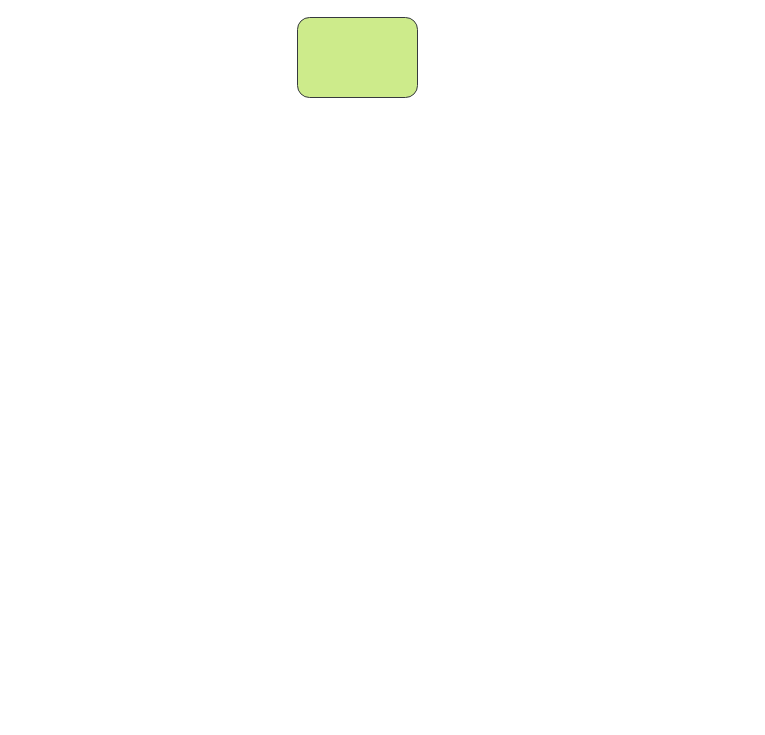
Above: l1 3.drawio in DMfananddu/ERP (draw.io), before the change. Source tidied: cells renumbered, new cells numbered last; positions are measured from the earlier drawing's top-left corner, leaving out a move shared by most shapes. Both pictures are drawn from the tidied source at 100%, with x=0, y=0 at pixel (297, 17).
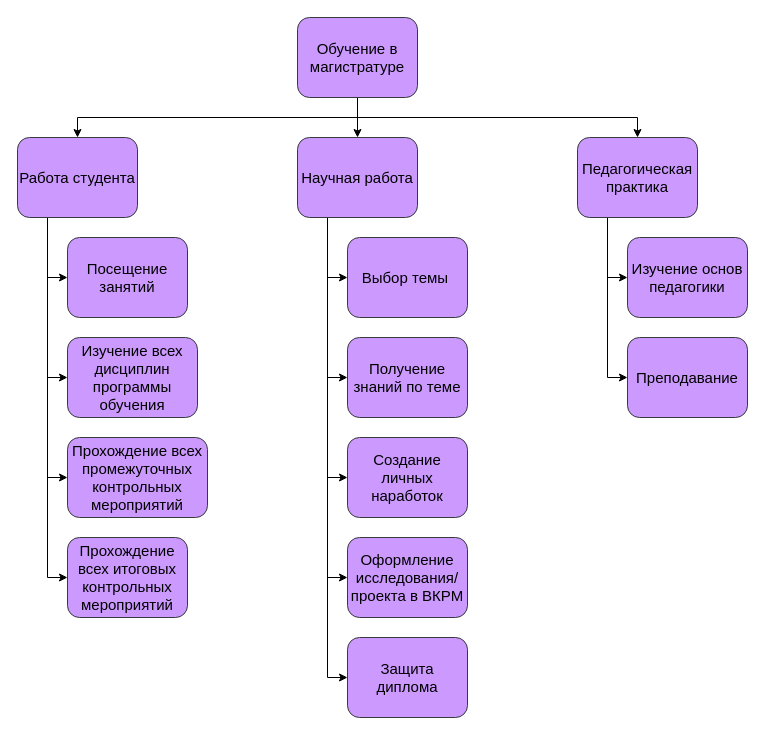
The same page after the edit.

Diff of the diagram source:
```diff
@@
+    <mxCell id="3" style="edgeStyle=orthogonalEdgeStyle;rounded=0;jettySize=auto;html=1;exitX=0.5;exitY=1;exitDx=0;exitDy=0;entryX=0.5;entryY=0;entryDx=0;entryDy=0;fontSize=15;" parent="1" edge="1" source="2" target="11">
+      <mxGeometry relative="1" as="geometry" />
+    </mxCell>
+    <mxCell id="4" style="edgeStyle=orthogonalEdgeStyle;rounded=0;jettySize=auto;html=1;exitX=0.5;exitY=1;exitDx=0;exitDy=0;entryX=0.5;entryY=0;entryDx=0;entryDy=0;fontSize=15;" parent="1" edge="1" source="2" target="19">
+      <mxGeometry relative="1" as="geometry" />
+    </mxCell>
+    <mxCell id="5" style="edgeStyle=orthogonalEdgeStyle;rounded=0;jettySize=auto;html=1;exitX=0.5;exitY=1;exitDx=0;exitDy=0;entryX=0.5;entryY=0;entryDx=0;entryDy=0;fontSize=15;" parent="1" edge="1" source="2" target="14">
+      <mxGeometry relative="1" as="geometry" />
+    </mxCell>
-    <mxCell id="2" style="rounded=1;whiteSpace=wrap;html=1;fillColor=#cdeb8b;strokeColor=#36393d;" parent="1" vertex="1">
+    <mxCell id="2" value="Обучение в магистратуре" style="rounded=1;whiteSpace=wrap;html=1;fillColor=#CC99FF;strokeColor=#36393d;fontSize=15;" parent="1" vertex="1">
       <mxGeometry width="120" height="80" as="geometry" />
     </mxCell>
+    <mxCell id="6" style="edgeStyle=orthogonalEdgeStyle;rounded=0;jettySize=auto;html=1;exitX=0.25;exitY=1;exitDx=0;exitDy=0;entryX=0;entryY=0.5;entryDx=0;entryDy=0;fontSize=15;" parent="1" edge="1" source="11" target="24">
+      <mxGeometry relative="1" as="geometry" />
+    </mxCell>
+    <mxCell id="7" style="edgeStyle=orthogonalEdgeStyle;rounded=0;jettySize=auto;html=1;exitX=0.25;exitY=1;exitDx=0;exitDy=0;entryX=0;entryY=0.5;entryDx=0;entryDy=0;fontSize=15;" parent="1" edge="1" source="11" target="25">
+      <mxGeometry relative="1" as="geometry" />
+    </mxCell>
+    <mxCell id="8" style="edgeStyle=orthogonalEdgeStyle;rounded=0;jettySize=auto;html=1;exitX=0.25;exitY=1;exitDx=0;exitDy=0;entryX=0;entryY=0.5;entryDx=0;entryDy=0;fontSize=15;" parent="1" edge="1" source="11" target="26">
+      <mxGeometry relative="1" as="geometry" />
+    </mxCell>
+    <mxCell id="9" style="edgeStyle=orthogonalEdgeStyle;rounded=0;jettySize=auto;html=1;exitX=0.25;exitY=1;exitDx=0;exitDy=0;entryX=0;entryY=0.5;entryDx=0;entryDy=0;fontSize=15;" parent="1" edge="1" source="11" target="27">
+      <mxGeometry relative="1" as="geometry" />
+    </mxCell>
+    <mxCell id="10" style="edgeStyle=orthogonalEdgeStyle;rounded=0;jettySize=auto;html=1;exitX=0.25;exitY=1;exitDx=0;exitDy=0;entryX=0;entryY=0.5;entryDx=0;entryDy=0;fontSize=15;" parent="1" edge="1" source="11" target="28">
+      <mxGeometry relative="1" as="geometry" />
+    </mxCell>
+    <mxCell id="11" value="Научная работа" style="rounded=1;whiteSpace=wrap;html=1;fillColor=#CC99FF;strokeColor=#36393d;fontSize=15;" parent="1" vertex="1">
+      <mxGeometry y="120" width="120" height="80" as="geometry" />
+    </mxCell>
+    <mxCell id="12" style="edgeStyle=orthogonalEdgeStyle;rounded=0;jettySize=auto;html=1;exitX=0.25;exitY=1;exitDx=0;exitDy=0;entryX=0;entryY=0.5;entryDx=0;entryDy=0;fontSize=15;" parent="1" edge="1" source="14" target="29">
+      <mxGeometry relative="1" as="geometry" />
+    </mxCell>
+    <mxCell id="13" style="edgeStyle=orthogonalEdgeStyle;rounded=0;jettySize=auto;html=1;exitX=0.25;exitY=1;exitDx=0;exitDy=0;entryX=0;entryY=0.5;entryDx=0;entryDy=0;fontSize=15;" parent="1" edge="1" source="14" target="30">
+      <mxGeometry relative="1" as="geometry" />
+    </mxCell>
+    <mxCell id="14" value="Педагогическая практика" style="rounded=1;whiteSpace=wrap;html=1;fillColor=#CC99FF;strokeColor=#36393d;fontSize=15;" parent="1" vertex="1">
+      <mxGeometry x="280" y="120" width="120" height="80" as="geometry" />
+    </mxCell>
+    <mxCell id="15" style="edgeStyle=orthogonalEdgeStyle;rounded=0;jettySize=auto;html=1;exitX=0.25;exitY=1;exitDx=0;exitDy=0;entryX=0;entryY=0.5;entryDx=0;entryDy=0;fontSize=15;" parent="1" edge="1" source="19" target="22">
+      <mxGeometry relative="1" as="geometry" />
+    </mxCell>
+    <mxCell id="16" style="edgeStyle=orthogonalEdgeStyle;rounded=0;jettySize=auto;html=1;exitX=0.25;exitY=1;exitDx=0;exitDy=0;entryX=0;entryY=0.5;entryDx=0;entryDy=0;fontSize=15;" parent="1" edge="1" source="19" target="21">
+      <mxGeometry relative="1" as="geometry" />
+    </mxCell>
+    <mxCell id="17" style="edgeStyle=orthogonalEdgeStyle;rounded=0;jettySize=auto;html=1;exitX=0.25;exitY=1;exitDx=0;exitDy=0;entryX=0;entryY=0.5;entryDx=0;entryDy=0;fontSize=15;" parent="1" edge="1" source="19" target="20">
+      <mxGeometry relative="1" as="geometry" />
+    </mxCell>
+    <mxCell id="18" style="edgeStyle=orthogonalEdgeStyle;rounded=0;jettySize=auto;html=1;exitX=0.25;exitY=1;exitDx=0;exitDy=0;entryX=0;entryY=0.5;entryDx=0;entryDy=0;fontSize=15;" parent="1" edge="1" source="19" target="23">
+      <mxGeometry relative="1" as="geometry" />
+    </mxCell>
+    <mxCell id="19" value="Работа студента" style="rounded=1;whiteSpace=wrap;html=1;fillColor=#CC99FF;strokeColor=#36393d;fontSize=15;" parent="1" vertex="1">
+      <mxGeometry x="-280" y="120" width="120" height="80" as="geometry" />
+    </mxCell>
+    <mxCell id="20" value="Прохождение всех промежуточных контрольных мероприятий" style="rounded=1;whiteSpace=wrap;html=1;fillColor=#CC99FF;strokeColor=#36393d;fontSize=15;" parent="1" vertex="1">
+      <mxGeometry x="-230" y="420" width="140" height="80" as="geometry" />
+    </mxCell>
+    <mxCell id="21" value="Изучение всех дисциплин программы обучения" style="rounded=1;whiteSpace=wrap;html=1;fillColor=#CC99FF;strokeColor=#36393d;fontSize=15;" parent="1" vertex="1">
+      <mxGeometry x="-230" y="320" width="130" height="80" as="geometry" />
+    </mxCell>
+    <mxCell id="22" value="Посещение занятий" style="rounded=1;whiteSpace=wrap;html=1;fillColor=#CC99FF;strokeColor=#36393d;fontSize=15;" parent="1" vertex="1">
+      <mxGeometry x="-230" y="220" width="120" height="80" as="geometry" />
+    </mxCell>
+    <mxCell id="23" value="Прохождение всех итоговых контрольных мероприятий" style="rounded=1;whiteSpace=wrap;html=1;fillColor=#CC99FF;strokeColor=#36393d;fontSize=15;" parent="1" vertex="1">
+      <mxGeometry x="-230" y="520" width="120" height="80" as="geometry" />
+    </mxCell>
+    <mxCell id="24" value="Выбор темы&amp;nbsp;" style="rounded=1;whiteSpace=wrap;html=1;fillColor=#CC99FF;strokeColor=#36393d;fontSize=15;" parent="1" vertex="1">
+      <mxGeometry x="50" y="220" width="120" height="80" as="geometry" />
+    </mxCell>
+    <mxCell id="25" value="Получение знаний по теме" style="rounded=1;whiteSpace=wrap;html=1;fillColor=#CC99FF;strokeColor=#36393d;fontSize=15;" parent="1" vertex="1">
+      <mxGeometry x="50" y="320" width="120" height="80" as="geometry" />
+    </mxCell>
+    <mxCell id="26" value="Создание личных наработок" style="rounded=1;whiteSpace=wrap;html=1;fillColor=#CC99FF;strokeColor=#36393d;fontSize=15;" parent="1" vertex="1">
+      <mxGeometry x="50" y="420" width="120" height="80" as="geometry" />
+    </mxCell>
+    <mxCell id="27" value="Оформление исследования/проекта в ВКРМ" style="rounded=1;whiteSpace=wrap;html=1;fillColor=#CC99FF;strokeColor=#36393d;fontSize=15;" parent="1" vertex="1">
+      <mxGeometry x="50" y="520" width="120" height="80" as="geometry" />
+    </mxCell>
+    <mxCell id="28" value="Защита диплома" style="rounded=1;whiteSpace=wrap;html=1;fillColor=#CC99FF;strokeColor=#36393d;fontSize=15;" parent="1" vertex="1">
+      <mxGeometry x="50" y="620" width="120" height="80" as="geometry" />
+    </mxCell>
+    <mxCell id="29" value="Изучение основ педагогики" style="rounded=1;whiteSpace=wrap;html=1;fillColor=#CC99FF;strokeColor=#36393d;fontSize=15;" parent="1" vertex="1">
+      <mxGeometry x="330" y="220" width="120" height="80" as="geometry" />
+    </mxCell>
+    <mxCell id="30" value="Преподавание" style="rounded=1;whiteSpace=wrap;html=1;fillColor=#CC99FF;strokeColor=#36393d;fontSize=15;" parent="1" vertex="1">
+      <mxGeometry x="330" y="320" width="120" height="80" as="geometry" />
+    </mxCell>
```
